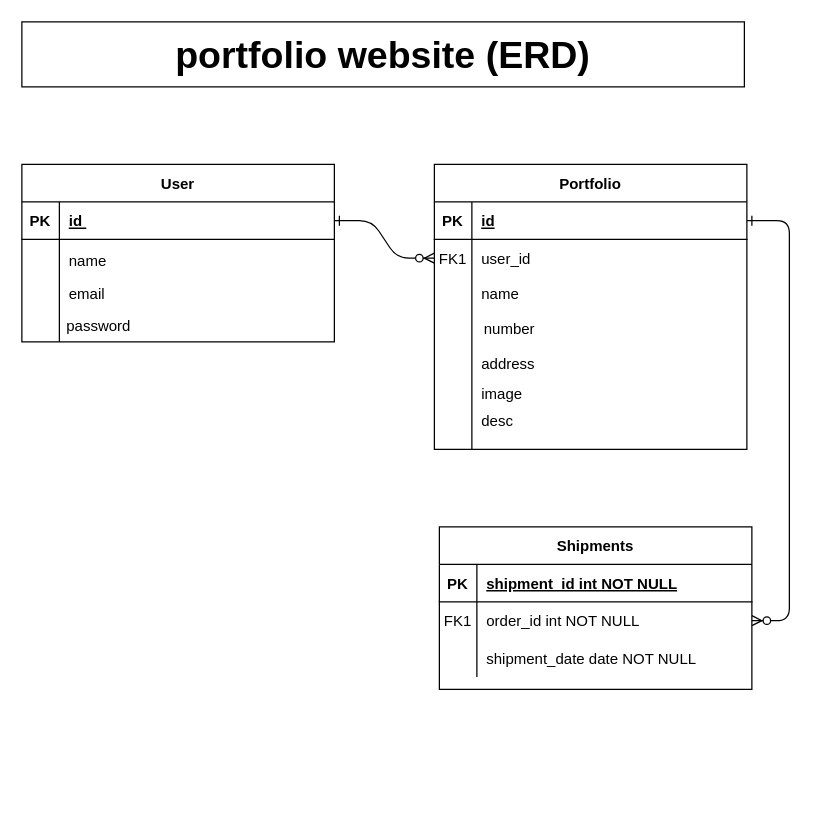
w15147m/portfolio-website-diagram- keeps this draw.io diagram as Project.drawio. Above is the earlier version. Source tidied: cells renumbered, new cells numbered last; positions are measured from the earlier drawing's top-left corner, leaving out a move shared by most shapes. Both pictures are drawn from the tidied source at 125%, with x=0, y=0 at pixel (21, 21).
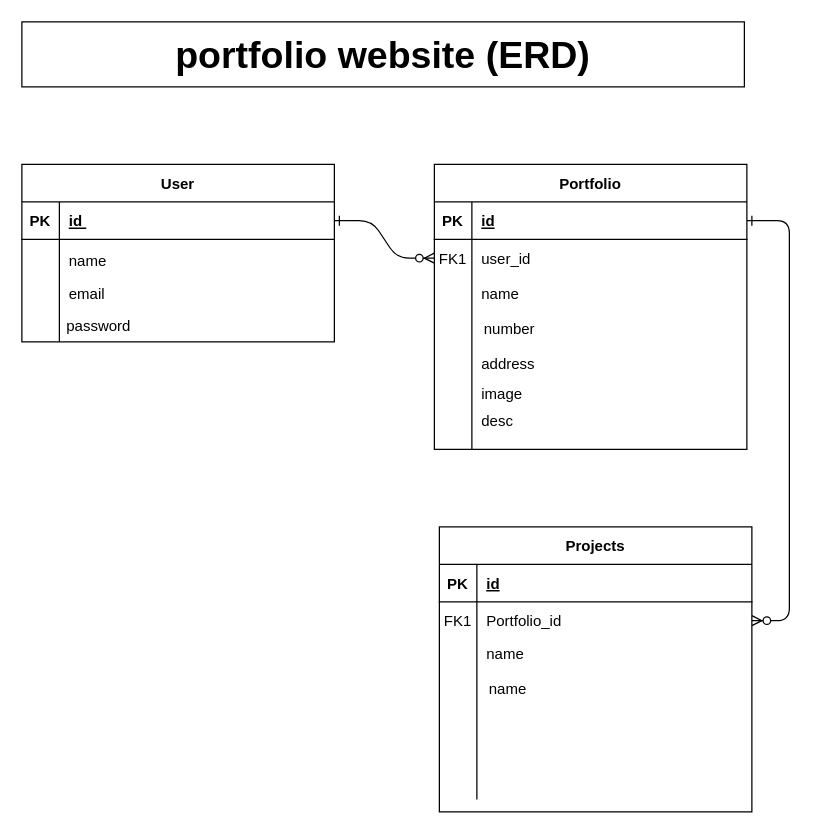
After the change.

Unchanged cells that the change refers to:
```xml
<mxCell id="15" style="shape=partialRectangle;fillColor=none;top=0;left=0;right=0;bottom=1;" parent="14" vertex="1">
  <mxGeometry y="30" width="250" height="30" as="geometry" />
</mxCell>
<mxCell id="18" style="shape=partialRectangle;fillColor=none;points=[[0,0.5],[1,0.5]];portConstraint=eastwest;top=0;left=0;right=0;bottom=0;" parent="14" vertex="1">
  <mxGeometry y="60" width="250" height="30" as="geometry" />
</mxCell>
```

The edit, as a diff of the source:
```diff
@@
-    <mxCell id="14" value="Shipments" style="shape=table;startSize=30;childLayout=tableLayout;rowLines=0;fontStyle=1;align=center;" parent="1" vertex="1">
-      <mxGeometry x="334" y="404" width="250" height="130" as="geometry" />
+    <mxCell id="14" value="Projects " style="shape=table;startSize=30;childLayout=tableLayout;rowLines=0;fontStyle=1;align=center;" parent="1" vertex="1">
+      <mxGeometry x="334" y="404" width="250" height="228" as="geometry" />
     </mxCell>
@@
-    <mxCell id="17" value="shipment_id int NOT NULL " style="shape=partialRectangle;overflow=hidden;fillColor=none;top=0;left=0;bottom=0;right=0;align=left;spacingLeft=6;fontStyle=5;" parent="15" vertex="1">
+    <mxCell id="17" value="id" style="shape=partialRectangle;overflow=hidden;fillColor=none;top=0;left=0;bottom=0;right=0;align=left;spacingLeft=6;fontStyle=5;" parent="15" vertex="1">
       <mxGeometry x="30" width="220" height="30" as="geometry" />
     </mxCell>
@@
-    <mxCell id="20" value="order_id int NOT NULL" style="shape=partialRectangle;overflow=hidden;fillColor=none;top=0;left=0;bottom=0;right=0;align=left;spacingLeft=6;" parent="18" vertex="1">
+    <mxCell id="20" value="Portfolio_id" style="shape=partialRectangle;overflow=hidden;fillColor=none;top=0;left=0;bottom=0;right=0;align=left;spacingLeft=6;" parent="18" vertex="1">
       <mxGeometry x="30" width="220" height="30" as="geometry" />
     </mxCell>
     <mxCell id="21" style="shape=partialRectangle;fillColor=none;top=0;left=0;right=0;bottom=0;" parent="14" vertex="1">
-      <mxGeometry y="90" width="250" height="30" as="geometry" />
+      <mxGeometry y="90" width="250" height="128" as="geometry" />
     </mxCell>
     <mxCell id="22" style="shape=partialRectangle;overflow=hidden;fillColor=none;top=0;left=0;bottom=0;right=0;" parent="21" vertex="1">
-      <mxGeometry width="30" height="30" as="geometry" />
+      <mxGeometry width="30" height="128" as="geometry" />
     </mxCell>
-    <mxCell id="23" value="shipment_date date NOT NULL" style="shape=partialRectangle;overflow=hidden;fillColor=none;top=0;left=0;bottom=0;right=0;align=left;spacingLeft=6;" parent="21" vertex="1">
-      <mxGeometry x="30" width="220" height="30" as="geometry" />
+    <mxCell id="23" style="shape=partialRectangle;overflow=hidden;fillColor=none;top=0;left=0;bottom=0;right=0;align=left;spacingLeft=6;" parent="21" vertex="1">
+      <mxGeometry x="30" width="220" height="128" as="geometry" />
     </mxCell>
@@
+    <mxCell id="41" value="name" style="shape=partialRectangle;overflow=hidden;fillColor=none;top=0;left=0;bottom=0;right=0;align=left;spacingLeft=6;" parent="1" vertex="1">
+      <mxGeometry x="364" y="490" width="220" height="30" as="geometry" />
+    </mxCell>
+    <mxCell id="42" value="name" style="shape=partialRectangle;overflow=hidden;fillColor=none;top=0;left=0;bottom=0;right=0;align=left;spacingLeft=6;" parent="1" vertex="1">
+      <mxGeometry x="366" y="518" width="220" height="30" as="geometry" />
+    </mxCell>
```
